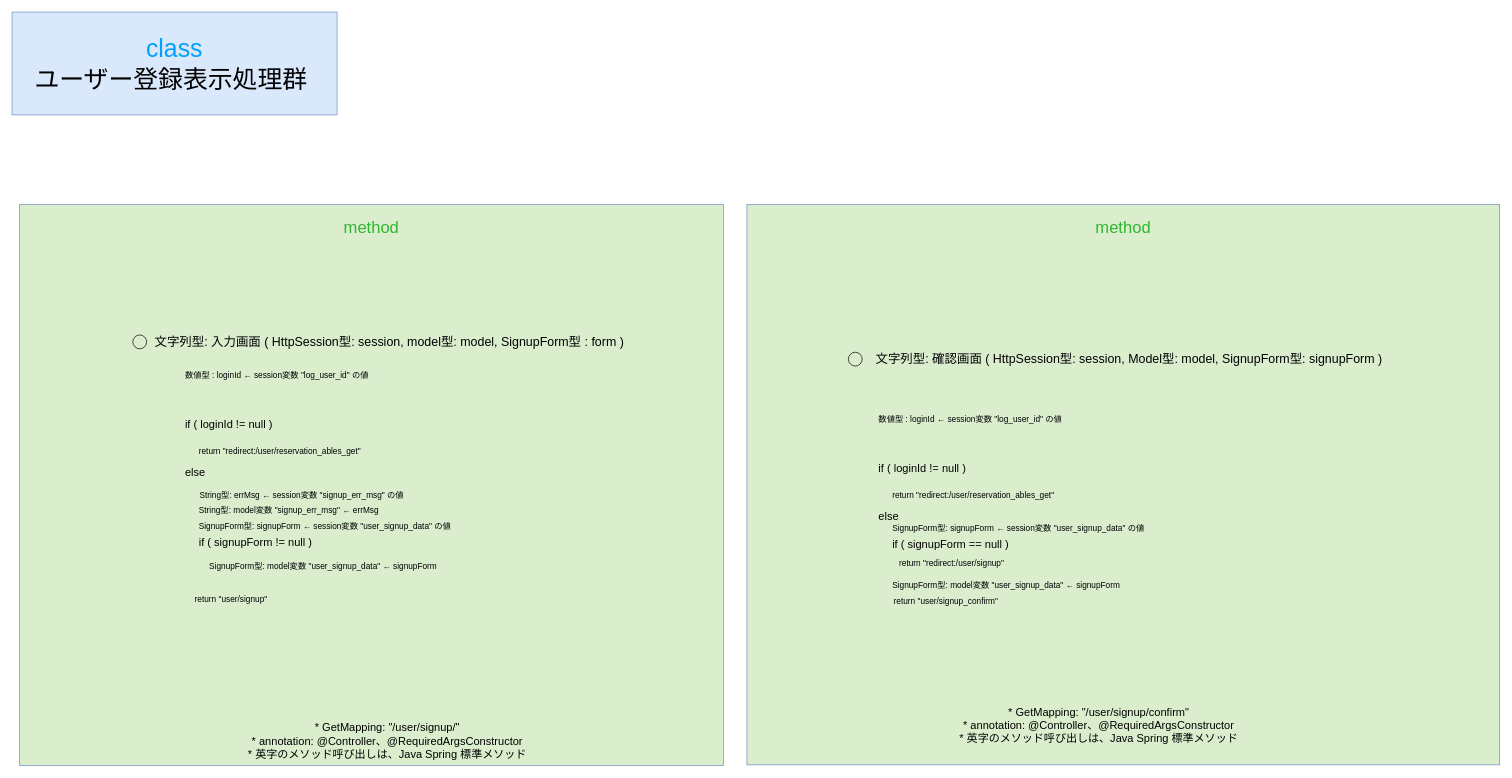
The draw.io diagram gijigengo/controller/view/user/meeting_reservation_sys controller_view_user SignupViewControllerクラス 疑似言語.drawio in tro319/meeting_reservation_system, before the edit. Source tidied: cells renumbered, new cells numbered last; positions are measured from the earlier drawing's top-left corner, leaving out a move shared by most shapes. Both pictures are drawn from the tidied source at 69%, with x=0, y=0 at pixel (12, 12).
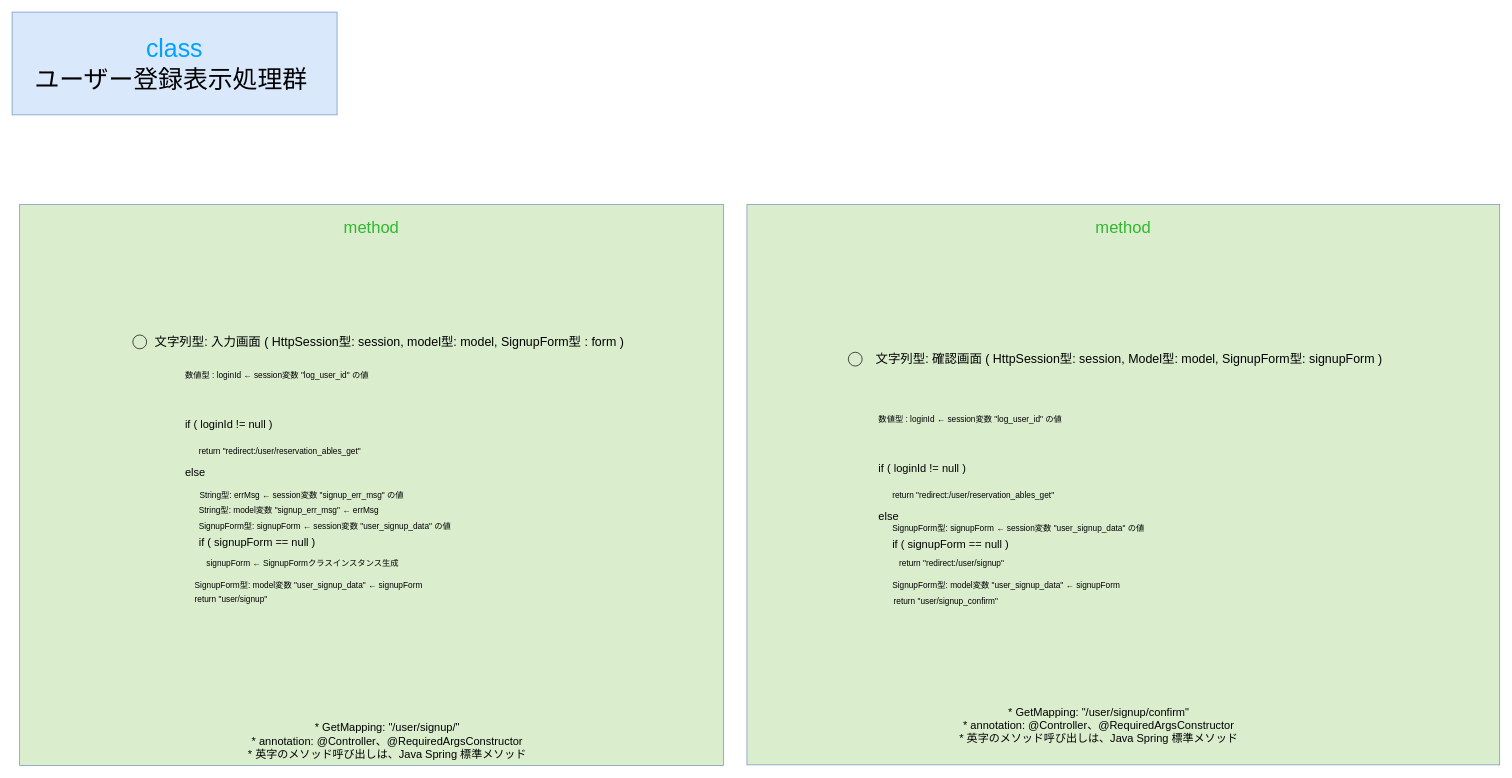
After the change.

Change to the diagram source:
```diff
@@
-    <mxCell id="10" value="&lt;div align=&quot;left&quot;&gt;&lt;span style=&quot;color: rgb(0, 0, 0);&quot;&gt;&lt;font style=&quot;font-size: 16px;&quot;&gt;if ( signupForm != null )&amp;nbsp;&amp;nbsp;&lt;/font&gt;&lt;/span&gt;&lt;/div&gt;" style="text;html=1;whiteSpace=wrap;strokeColor=none;fillColor=none;align=left;verticalAlign=middle;rounded=0;" parent="1" vertex="1">
+    <mxCell id="10" value="&lt;div align=&quot;left&quot;&gt;&lt;span style=&quot;color: rgb(0, 0, 0);&quot;&gt;&lt;font style=&quot;font-size: 16px;&quot;&gt;if ( signupForm == null )&amp;nbsp;&amp;nbsp;&lt;/font&gt;&lt;/span&gt;&lt;/div&gt;" style="text;html=1;whiteSpace=wrap;strokeColor=none;fillColor=none;align=left;verticalAlign=middle;rounded=0;" parent="1" vertex="1">
       <mxGeometry x="269" y="754" width="590" height="30" as="geometry" />
     </mxCell>
@@
-    <mxCell id="22" value="SignupForm型: model変数 &quot;user_signup_data&quot; ← signupForm" style="text;html=1;whiteSpace=wrap;strokeColor=none;fillColor=none;align=left;verticalAlign=middle;rounded=0;" parent="1" vertex="1">
-      <mxGeometry x="284" y="789" width="590" height="30" as="geometry" />
+    <mxCell id="22" value="signupForm ← SignupFormクラスインスタンス生成" style="text;html=1;whiteSpace=wrap;strokeColor=none;fillColor=none;align=left;verticalAlign=middle;rounded=0;" parent="1" vertex="1">
+      <mxGeometry x="280" y="785" width="590" height="30" as="geometry" />
     </mxCell>
@@
+    <mxCell id="31" value="SignupForm型: model変数 &quot;user_signup_data&quot; ← signupForm" style="text;html=1;whiteSpace=wrap;strokeColor=none;fillColor=none;align=left;verticalAlign=middle;rounded=0;" parent="1" vertex="1">
+      <mxGeometry x="263" y="816" width="590" height="30" as="geometry" />
+    </mxCell>
```
